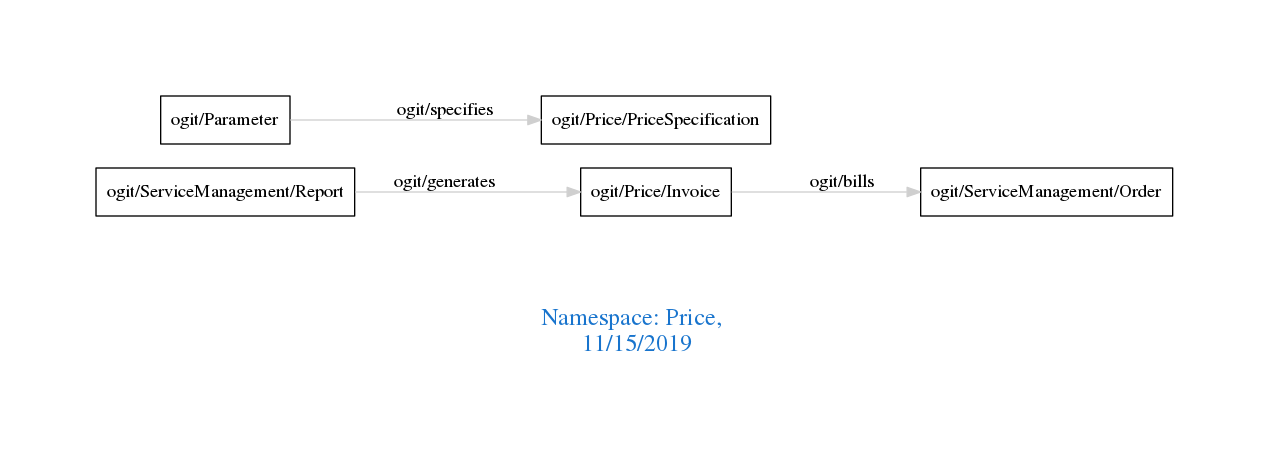
Before: downloads/Price.png, a diagram exported from Graphviz (arago/OGIT). Its source is kept beside it as downloads/Price.dot.
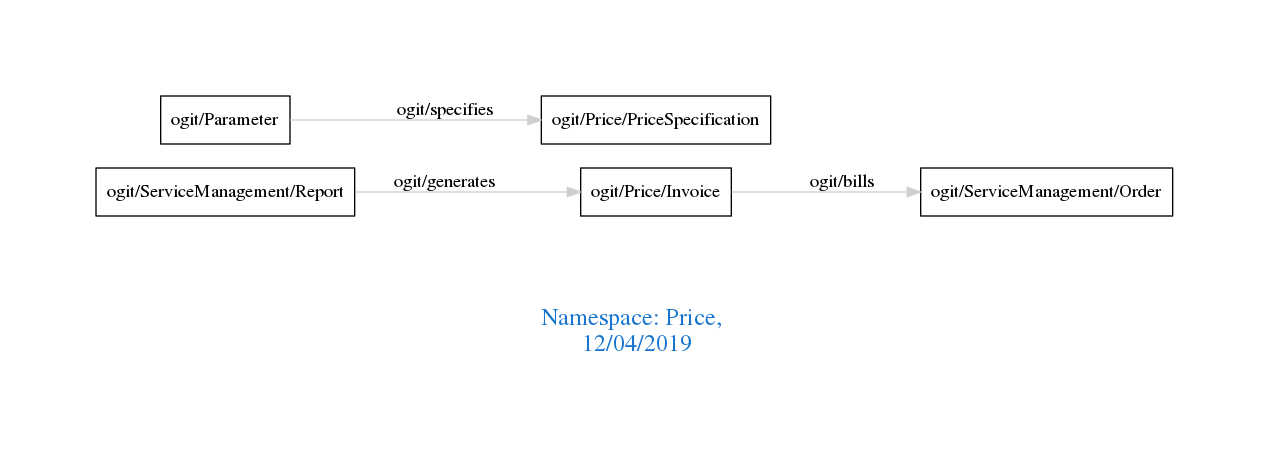
Later version of the same file.

What changed in the source:
```diff
@@ -1,7 +1,7 @@
 digraph OGIT_ontology {
  graph [ rankdir= LR,pad=1
 fontsize = 18,
-fontcolor= dodgerblue3,label = "\n\n\nNamespace: Price, \n 11/15/2019"];
+fontcolor= dodgerblue3,label = "\n\n\nNamespace: Price, \n 12/04/2019"];
 node[shape=polygon];
 edge [  color="gray81"];
 
```
